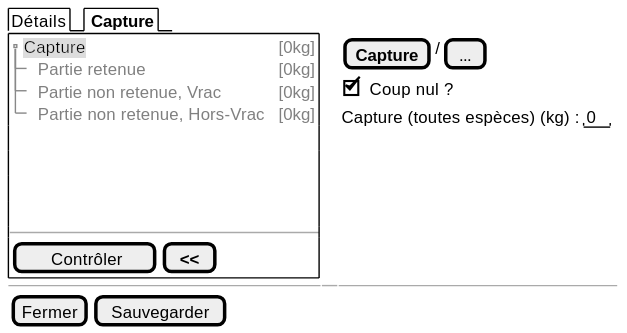
Earlier version of the PlantUML export projects/obsmer/spe/images/batch/batch-tree-null.svg (sumaris-net/sumaris-doc).
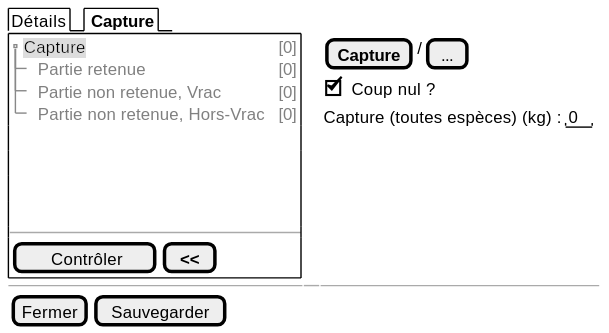
After the commit.

What changed in the source:
```diff
@@ -3,10 +3,10 @@
   {/ Détails | <b> Capture }
   {+
     {T
-         + <back:#DDD>Capture         | <color:grey>[0kg]
-         ++ <color:grey>Partie retenue      | <color:grey>[0kg]
-         ++ <color:grey>Partie non retenue, Vrac      | <color:grey>[0kg]
-         ++ <color:grey>Partie non retenue, Hors-Vrac | <color:grey>[0kg]
+         + <back:#DDD>Capture         | <color:grey>[0]
+         ++ <color:grey>Partie retenue      | <color:grey>[0]
+         ++ <color:grey>Partie non retenue, Vrac      | <color:grey>[0]
+         ++ <color:grey>Partie non retenue, Hors-Vrac | <color:grey>[0]
     }
     .
     .
```
